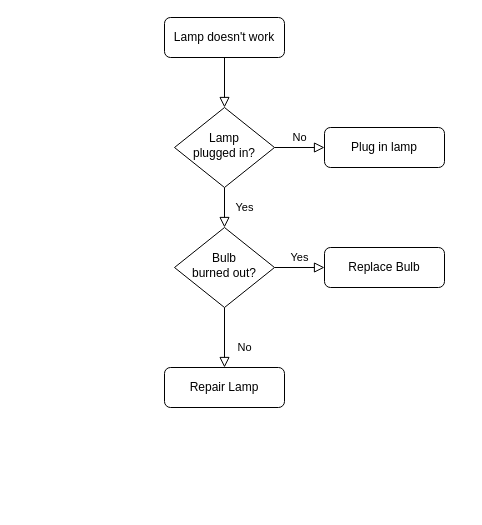
The draw.io diagram Biểu đồ không có tiêu đề.drawio in anson66/AdvProg_L0-Hello, before the edit. Source tidied: cells renumbered, new cells numbered last; positions are measured from the earlier drawing's top-left corner, leaving out a move shared by most shapes. Both pictures are drawn from the tidied source at 100%, with x=0, y=0 at pixel (164, 17).
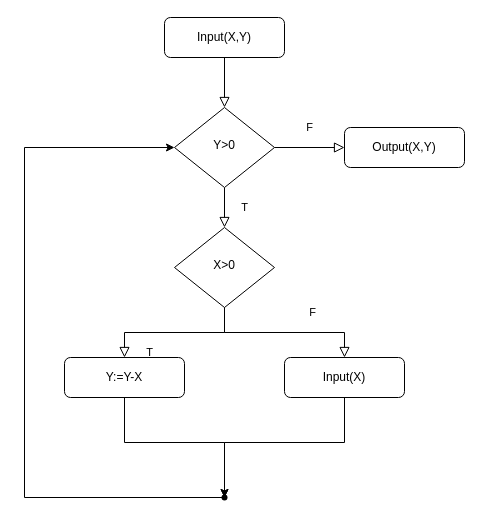
Above is the later version.

Commit message:
Cập nhật Biểu đồ không có tiêu đề.drawio

The edit, as a diff of the source:
```diff
@@
-    <mxCell id="3" value="Lamp doesn't work" style="rounded=1;whiteSpace=wrap;html=1;fontSize=12;glass=0;strokeWidth=1;shadow=0;" parent="1" vertex="1">
+    <mxCell id="3" value="Input(X,Y)" style="rounded=1;whiteSpace=wrap;html=1;fontSize=12;glass=0;strokeWidth=1;shadow=0;" parent="1" vertex="1">
       <mxGeometry width="120" height="40" as="geometry" />
     </mxCell>
-    <mxCell id="4" value="Yes" style="rounded=0;html=1;jettySize=auto;fontSize=11;endArrow=block;endFill=0;endSize=8;strokeWidth=1;shadow=0;labelBackgroundColor=none;edgeStyle=orthogonalEdgeStyle;" parent="1" edge="1" source="6" target="10">
+    <mxCell id="4" value="T" style="rounded=0;html=1;jettySize=auto;fontSize=11;endArrow=block;endFill=0;endSize=8;strokeWidth=1;shadow=0;labelBackgroundColor=none;edgeStyle=orthogonalEdgeStyle;" parent="1" edge="1" source="6" target="10">
       <mxGeometry y="20" relative="1" as="geometry" />
     </mxCell>
-    <mxCell id="5" value="No" style="edgeStyle=orthogonalEdgeStyle;rounded=0;html=1;jettySize=auto;fontSize=11;endArrow=block;endFill=0;endSize=8;strokeWidth=1;shadow=0;labelBackgroundColor=none;" parent="1" edge="1" source="6" target="7">
-      <mxGeometry y="10" relative="1" as="geometry" />
-    </mxCell>
-    <mxCell id="6" value="Lamp&lt;br&gt;plugged in?" style="rhombus;whiteSpace=wrap;html=1;shadow=0;fontFamily=Helvetica;fontSize=12;align=center;strokeWidth=1;spacing=6;spacingTop=-4;" parent="1" vertex="1">
+    <mxCell id="6" value="Y&amp;gt;0" style="rhombus;whiteSpace=wrap;html=1;shadow=0;fontFamily=Helvetica;fontSize=12;align=center;strokeWidth=1;spacing=6;spacingTop=-4;" parent="1" vertex="1">
       <mxGeometry x="10" y="90" width="100" height="80" as="geometry" />
     </mxCell>
-    <mxCell id="7" value="Plug in lamp" style="rounded=1;whiteSpace=wrap;html=1;fontSize=12;glass=0;strokeWidth=1;shadow=0;" parent="1" vertex="1">
-      <mxGeometry x="160" y="110" width="120" height="40" as="geometry" />
-    </mxCell>
-    <mxCell id="8" value="No" style="rounded=0;html=1;jettySize=auto;fontSize=11;endArrow=block;endFill=0;endSize=8;strokeWidth=1;shadow=0;labelBackgroundColor=none;edgeStyle=orthogonalEdgeStyle;" parent="1" edge="1" source="10" target="11">
+    <mxCell id="8" value="T" style="rounded=0;html=1;jettySize=auto;fontSize=11;endArrow=block;endFill=0;endSize=8;strokeWidth=1;shadow=0;labelBackgroundColor=none;edgeStyle=orthogonalEdgeStyle;" parent="1" edge="1" source="10" target="11">
       <mxGeometry x="0.33" y="20" relative="1" as="geometry" />
     </mxCell>
-    <mxCell id="9" value="Yes" style="edgeStyle=orthogonalEdgeStyle;rounded=0;html=1;jettySize=auto;fontSize=11;endArrow=block;endFill=0;endSize=8;strokeWidth=1;shadow=0;labelBackgroundColor=none;" parent="1" edge="1" source="10" target="12">
-      <mxGeometry y="10" relative="1" as="geometry" />
-    </mxCell>
-    <mxCell id="10" value="Bulb&lt;br&gt;burned out?" style="rhombus;whiteSpace=wrap;html=1;shadow=0;fontFamily=Helvetica;fontSize=12;align=center;strokeWidth=1;spacing=6;spacingTop=-4;" parent="1" vertex="1">
+    <mxCell id="10" value="X&amp;gt;0" style="rhombus;whiteSpace=wrap;html=1;shadow=0;fontFamily=Helvetica;fontSize=12;align=center;strokeWidth=1;spacing=6;spacingTop=-4;" parent="1" vertex="1">
       <mxGeometry x="10" y="210" width="100" height="80" as="geometry" />
     </mxCell>
-    <mxCell id="11" value="Repair Lamp" style="rounded=1;whiteSpace=wrap;html=1;fontSize=12;glass=0;strokeWidth=1;shadow=0;" parent="1" vertex="1">
-      <mxGeometry y="350" width="120" height="40" as="geometry" />
+    <mxCell id="11" value="Y:=Y-X" style="rounded=1;whiteSpace=wrap;html=1;fontSize=12;glass=0;strokeWidth=1;shadow=0;" parent="1" vertex="1">
+      <mxGeometry x="-100" y="340" width="120" height="40" as="geometry" />
     </mxCell>
-    <mxCell id="12" value="Replace Bulb" style="rounded=1;whiteSpace=wrap;html=1;fontSize=12;glass=0;strokeWidth=1;shadow=0;" parent="1" vertex="1">
-      <mxGeometry x="160" y="230" width="120" height="40" as="geometry" />
-    </mxCell>
+    <mxCell id="13" style="edgeStyle=orthogonalEdgeStyle;rounded=0;jettySize=auto;html=1;exitX=0.5;exitY=1;exitDx=0;exitDy=0;" parent="1" edge="1" source="14" target="19">
+      <mxGeometry relative="1" as="geometry" />
+    </mxCell>
+    <mxCell id="14" value="Input(X)" style="rounded=1;whiteSpace=wrap;html=1;fontSize=12;glass=0;strokeWidth=1;shadow=0;" parent="1" vertex="1">
+      <mxGeometry x="120" y="340" width="120" height="40" as="geometry" />
+    </mxCell>
+    <mxCell id="15" value="F" style="rounded=0;html=1;jettySize=auto;fontSize=11;endArrow=block;endFill=0;endSize=8;strokeWidth=1;shadow=0;labelBackgroundColor=none;edgeStyle=orthogonalEdgeStyle;exitX=0.5;exitY=1;exitDx=0;exitDy=0;entryX=0.5;entryY=0;entryDx=0;entryDy=0;" parent="1" edge="1" source="10" target="14">
+      <mxGeometry x="0.33" y="20" relative="1" as="geometry" />
+    </mxCell>
+    <mxCell id="16" value="Output(X,Y)" style="rounded=1;whiteSpace=wrap;html=1;fontSize=12;glass=0;strokeWidth=1;shadow=0;" parent="1" vertex="1">
+      <mxGeometry x="180" y="110" width="120" height="40" as="geometry" />
+    </mxCell>
+    <mxCell id="17" value="F" style="rounded=0;html=1;jettySize=auto;fontSize=11;endArrow=block;endFill=0;endSize=8;strokeWidth=1;shadow=0;labelBackgroundColor=none;edgeStyle=orthogonalEdgeStyle;entryX=0;entryY=0.5;entryDx=0;entryDy=0;" parent="1" edge="1" source="6" target="16">
+      <mxGeometry y="20" relative="1" as="geometry" />
+    </mxCell>
+    <mxCell id="18" style="edgeStyle=orthogonalEdgeStyle;rounded=0;jettySize=auto;html=1;entryX=0;entryY=0.5;entryDx=0;entryDy=0;" parent="1" edge="1" source="19" target="6">
+      <mxGeometry relative="1" as="geometry">
+        <Array as="points">
+          <mxPoint x="-140" y="480" />
+          <mxPoint x="-140" y="130" />
+        </Array>
+      </mxGeometry>
+    </mxCell>
+    <mxCell id="19" style="shape=waypoint;sketch=0;fillStyle=solid;size=6;points=[];fillColor=none;perimeter=centerPerimeter;snapToPoint=1;" parent="1" vertex="1">
+      <mxGeometry x="50" y="470" width="20" height="20" as="geometry" />
+    </mxCell>
+    <mxCell id="20" style="edgeStyle=orthogonalEdgeStyle;rounded=0;jettySize=auto;html=1;exitX=0.5;exitY=1;exitDx=0;exitDy=0;entryX=0.68;entryY=0.71;entryDx=0;entryDy=0;entryPerimeter=0;" parent="1" edge="1" source="11" target="19">
+      <mxGeometry relative="1" as="geometry">
+        <Array as="points">
+          <mxPoint x="-40" y="425" />
+          <mxPoint x="60" y="425" />
+        </Array>
+      </mxGeometry>
+    </mxCell>
```
